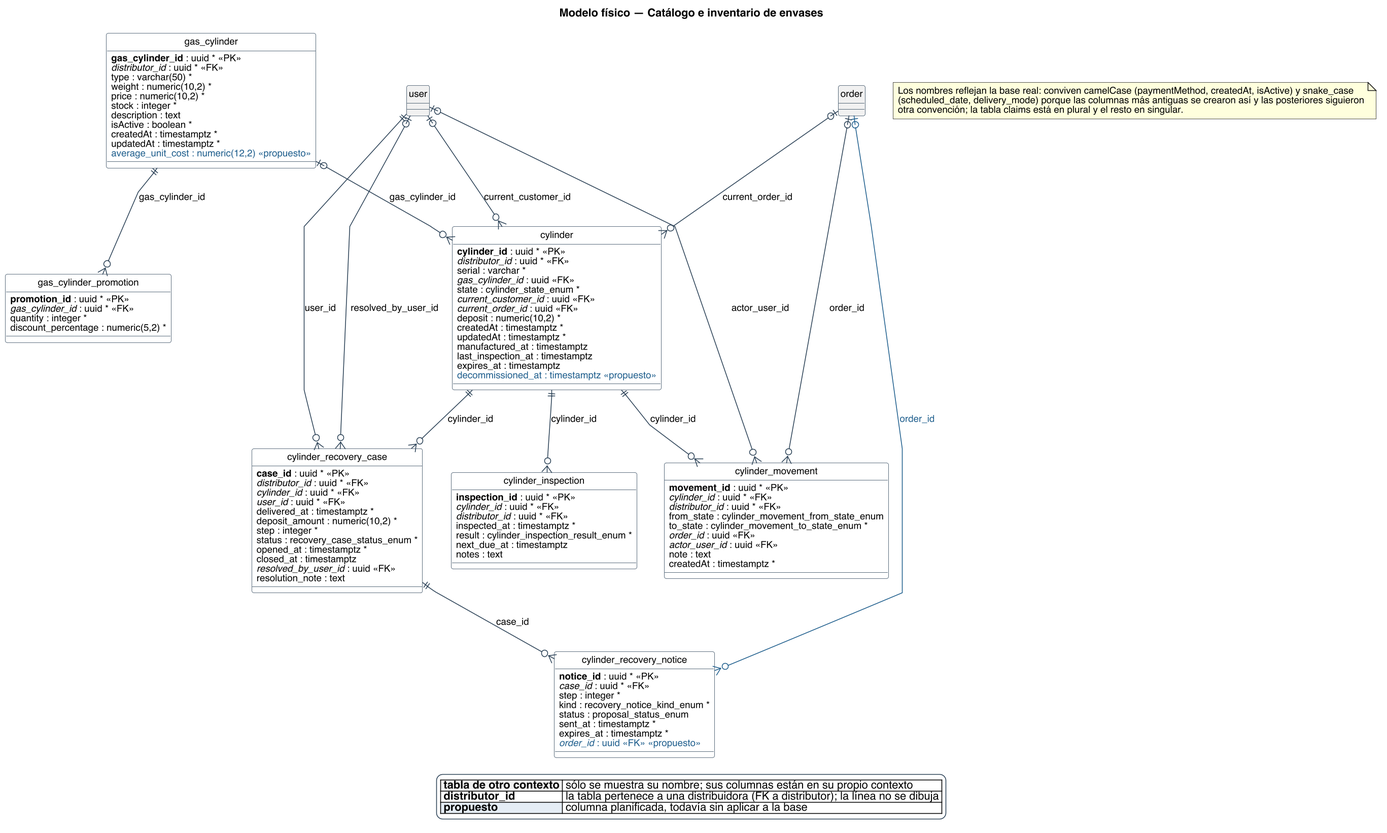
Nahuelito-Dev/splg-docs keeps this PlantUML diagram as diagramas/base-de-datos/fisico/SPLG-fisico-03-catalogo-e-inventario-de-envases.png. Above is the earlier version.
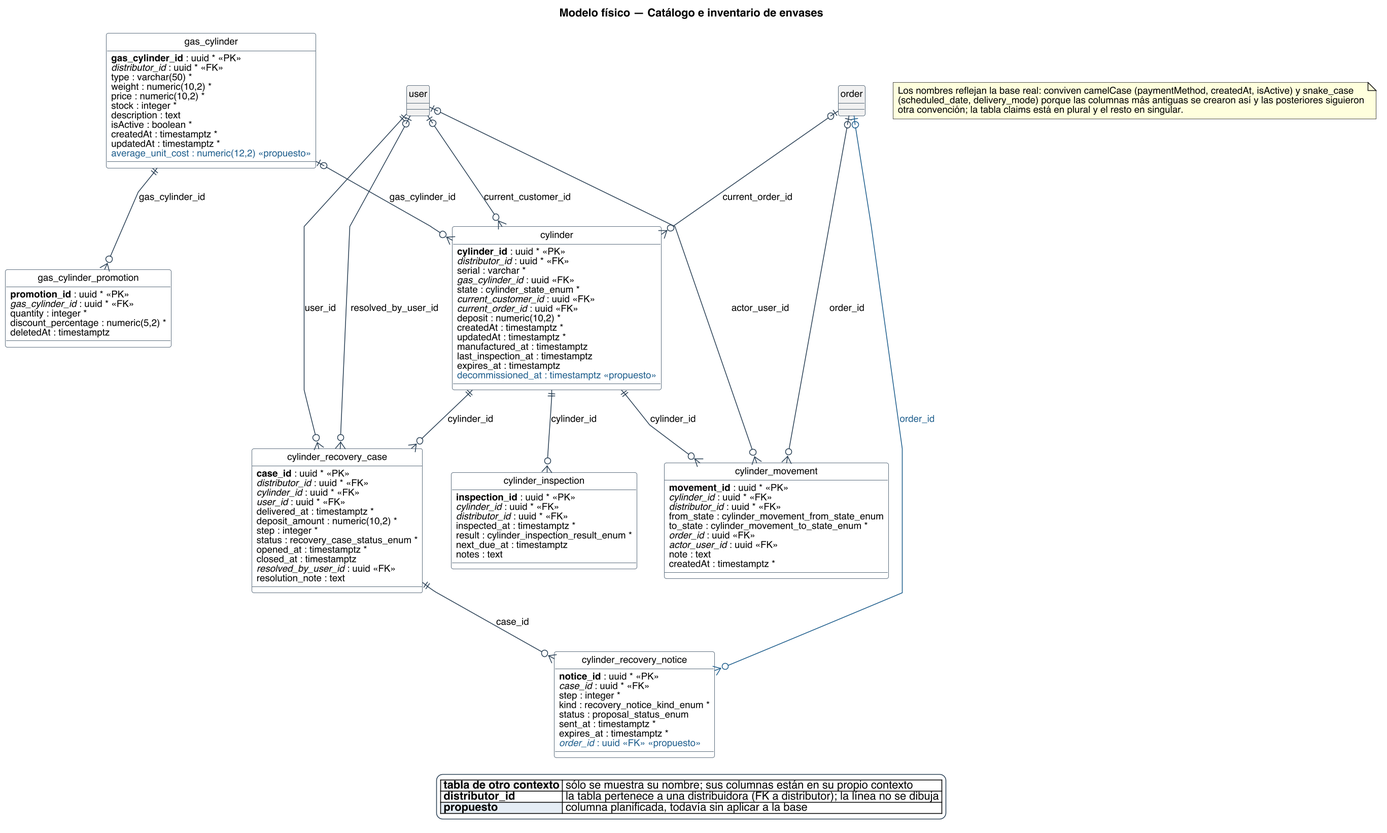
After the commit.

Diff of the diagram source:
```diff
@@ -48,6 +48,7 @@
   {field} //gas_cylinder_id// : uuid * <<FK>>
   {field} quantity : integer *
   {field} discount_percentage : numeric(5,2) *
+  {field} deletedAt : timestamptz
 }
 entity "cylinder" as e_cylinder {
   {field} **cylinder_id** : uuid * <<PK>>
```
